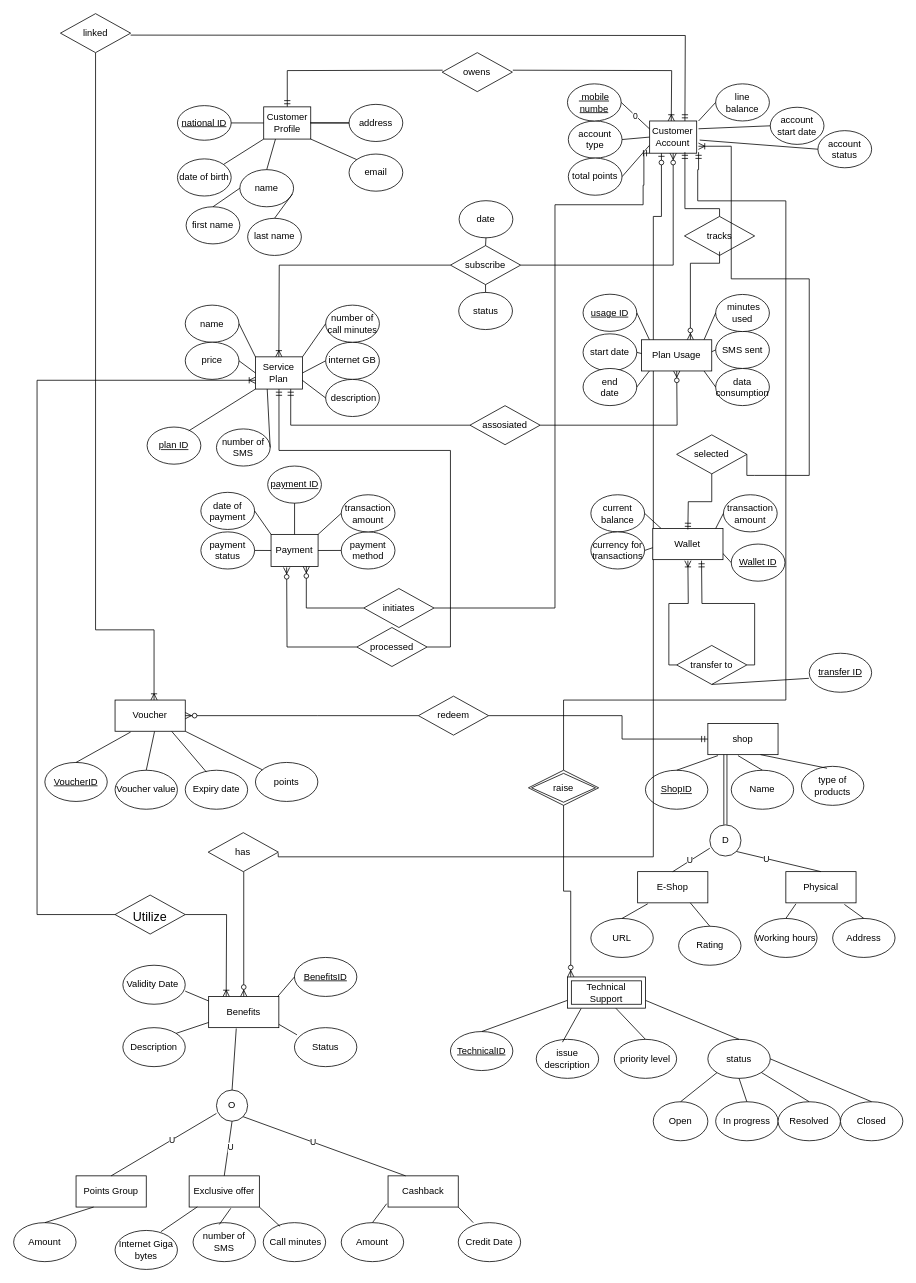
The draw.io diagram Untitled Diagram.drawio in Blaze-trio/Blaze-trio.github.io, before the edit. Source tidied: cells renumbered, new cells numbered last; positions are measured from the earlier drawing's top-left corner, leaving out a move shared by most shapes. Both pictures are drawn from the tidied source at 78%, with x=0, y=0 at pixel (13, 13).
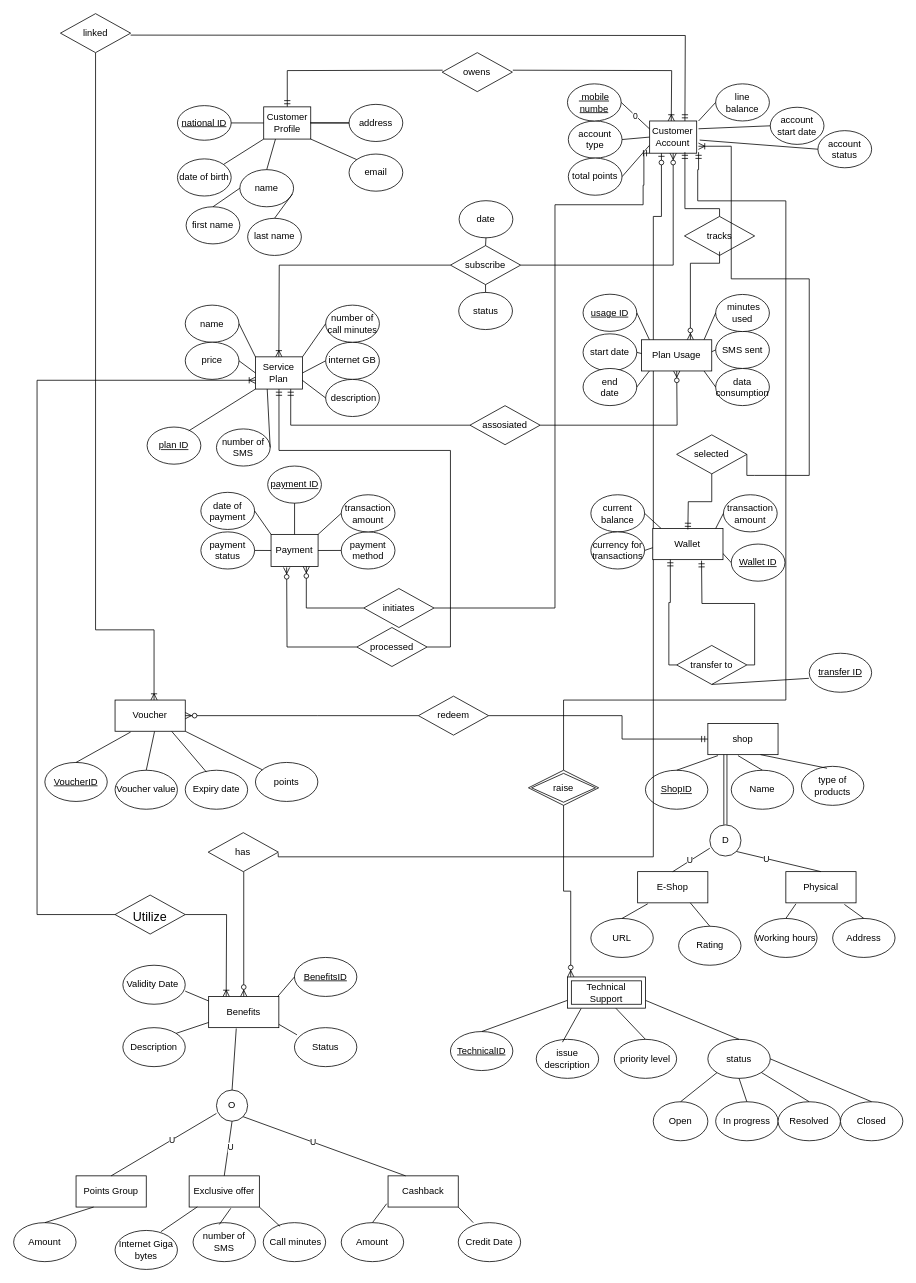
The same diagram, later.

Unchanged cells that the change refers to:
```xml
<mxCell id="150" value="&lt;div&gt;Wallet&lt;/div&gt;" style="rounded=0;whiteSpace=wrap;html=1;" parent="141" vertex="1">
  <mxGeometry x="79.4" y="80" width="90" height="40" as="geometry" />
</mxCell>
<mxCell id="187" value="transfer to" style="shape=rhombus;perimeter=rhombusPerimeter;whiteSpace=wrap;html=1;align=center;" parent="1" vertex="1">
  <mxGeometry x="850" y="810" width="90" height="50" as="geometry" />
</mxCell>
```

Change to the diagram source:
```diff
@@
-    <mxCell id="188" style="edgeStyle=orthogonalEdgeStyle;fontSize=12;html=1;endArrow=ERoneToMany;rounded=0;exitX=0;exitY=0.5;exitDx=0;exitDy=0;entryX=0.5;entryY=1;entryDx=0;entryDy=0;" parent="1" edge="1" source="187">
-      <mxGeometry relative="1" as="geometry">
-        <mxPoint x="864.4" y="701.3" as="targetPoint" />
-      </mxGeometry>
-    </mxCell>
@@
+    <mxCell id="214" style="edgeStyle=orthogonalEdgeStyle;fontSize=12;html=1;endArrow=ERmandOne;rounded=0;entryX=0.25;entryY=1;entryDx=0;entryDy=0;exitX=0;exitY=0.5;exitDx=0;exitDy=0;" parent="1" edge="1" source="187" target="150">
+      <mxGeometry relative="1" as="geometry" />
+    </mxCell>
```
